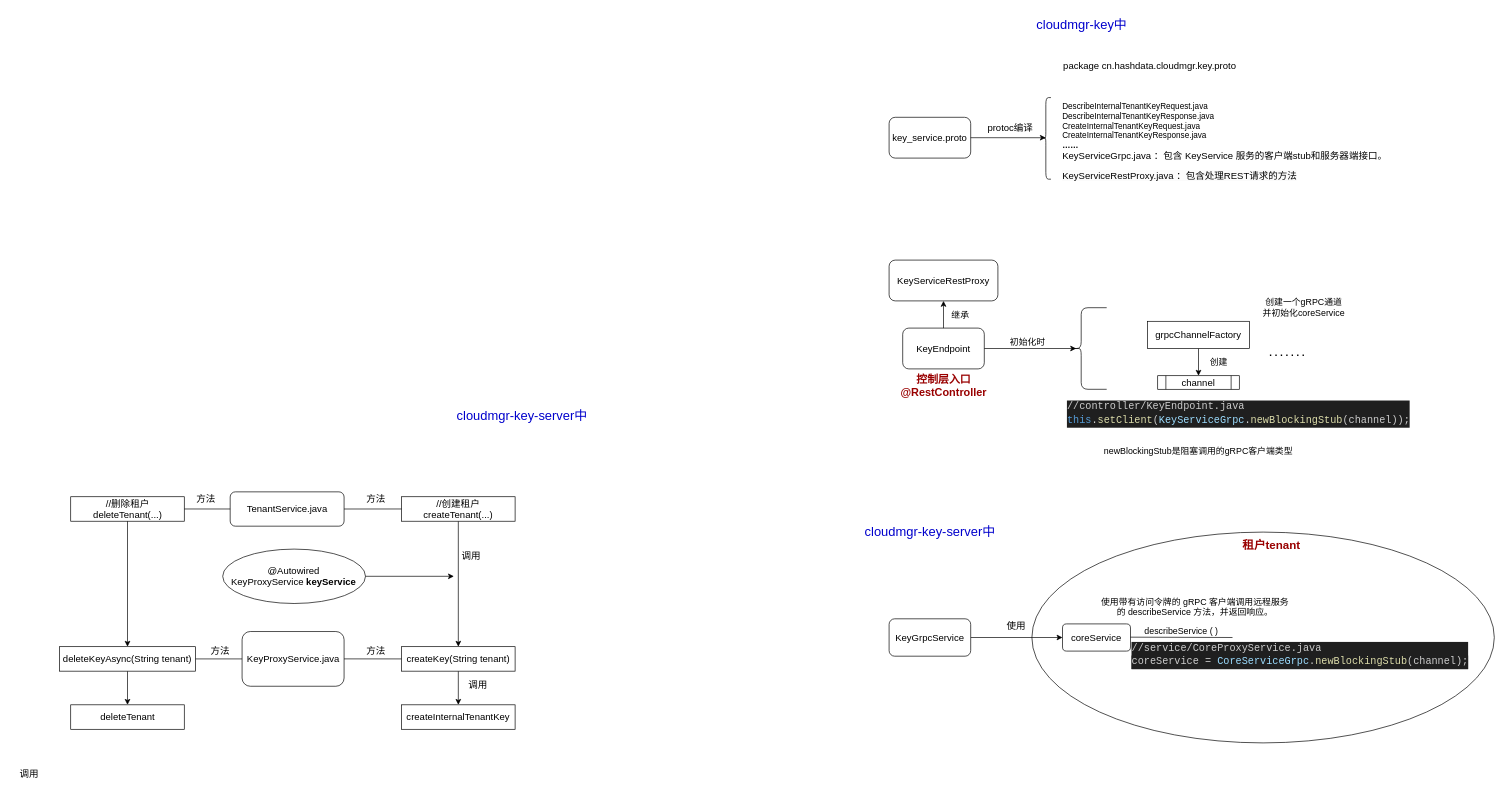
TouyamaRie/My_pictures keeps this draw.io diagram as epp.drawio. Above is the earlier version. Source tidied: cells renumbered, new cells numbered last; positions are measured from the earlier drawing's top-left corner, leaving out a move shared by most shapes. Both pictures are drawn from the tidied source at 68%, with x=0, y=0 at pixel (12, 12).
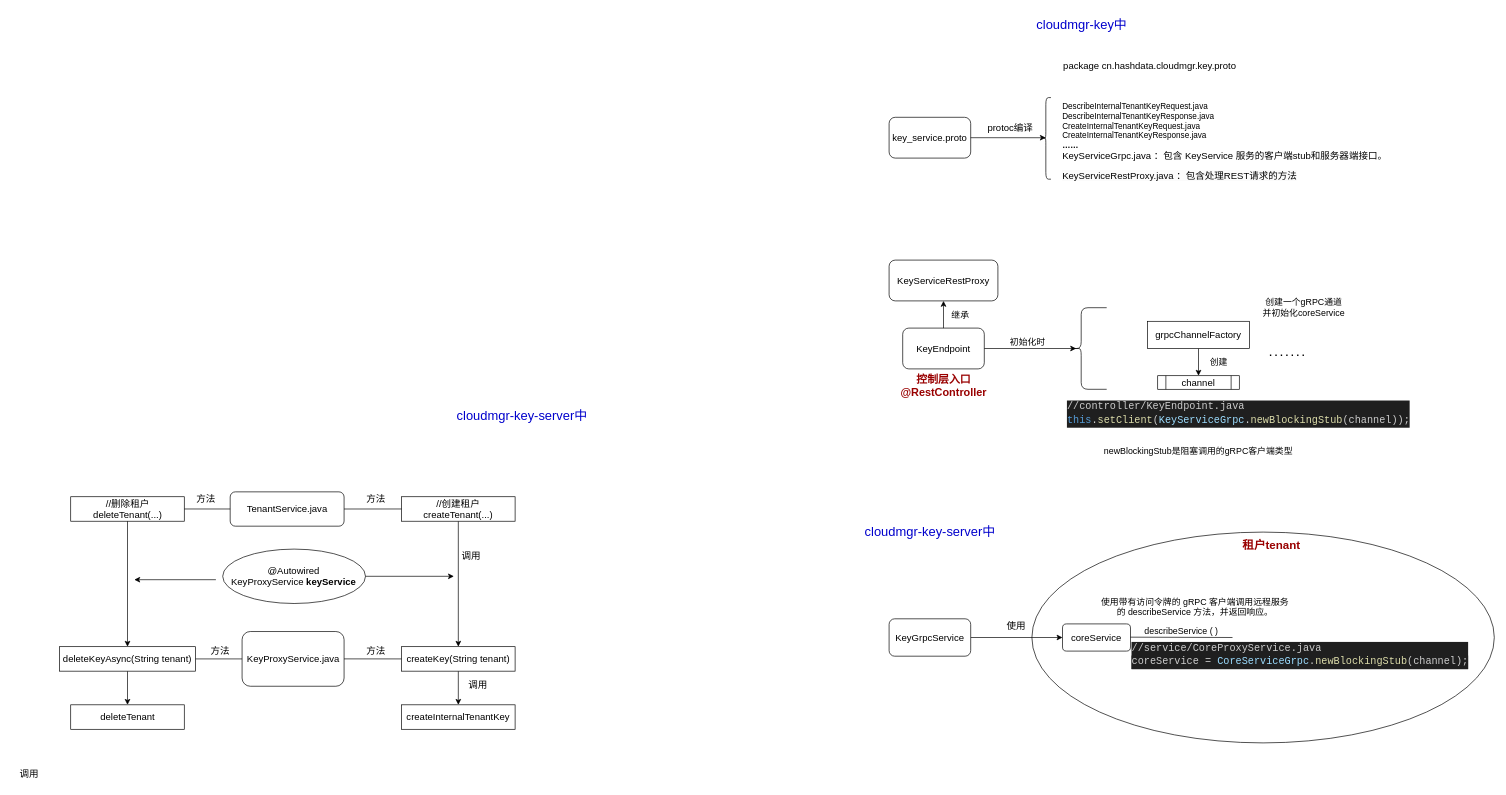
The same diagram, later.

Diff of the diagram source:
```diff
@@
+    <mxCell id="64" style="endArrow=classic;html=1;rounded=0;" parent="1" edge="1">
+      <mxGeometry relative="1" as="geometry">
+        <mxPoint x="300" y="835" as="sourcePoint" />
+        <mxPoint x="180" y="835" as="targetPoint" />
+      </mxGeometry>
+    </mxCell>
```
